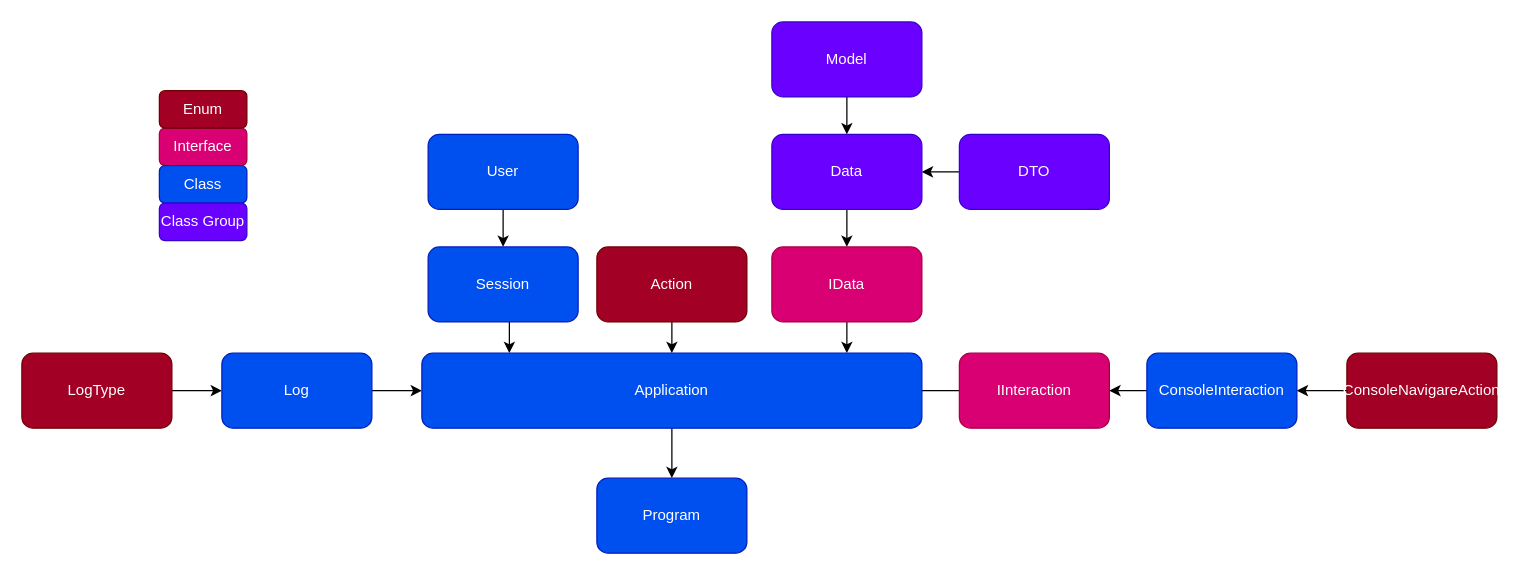
leo99effert/DLP keeps this draw.io diagram as Files.drawio. Above is the earlier version. Source tidied: cells renumbered, new cells numbered last; positions are measured from the earlier drawing's top-left corner, leaving out a move shared by most shapes. Both pictures are drawn from the tidied source at 125%, with x=0, y=0 at pixel (21, 21).
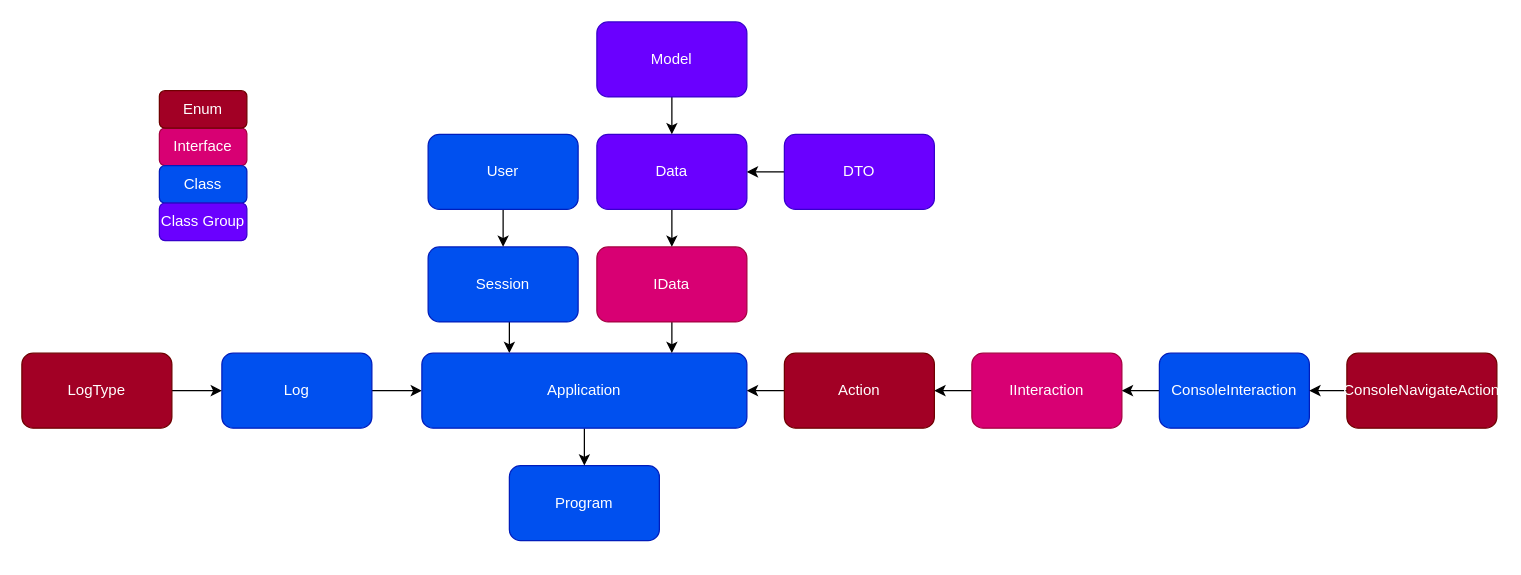
After the change.

What changed in the source:
```diff
@@
     <mxCell id="2" value="Program" style="rounded=1;whiteSpace=wrap;html=1;fillColor=#0050ef;fontColor=#ffffff;strokeColor=#001DBC;" parent="1" vertex="1">
-      <mxGeometry x="460" y="365" width="120" height="60" as="geometry" />
+      <mxGeometry x="390" y="355" width="120" height="60" as="geometry" />
     </mxCell>
@@
-    <mxCell id="7" style="edgeStyle=orthogonalEdgeStyle;rounded=0;jettySize=auto;html=1;entryX=1;entryY=0.5;entryDx=0;entryDy=0;" parent="1" edge="1" source="8" target="10">
-      <mxGeometry relative="1" as="geometry">
-        <Array as="points">
-          <mxPoint x="530" y="295" />
-        </Array>
-      </mxGeometry>
-    </mxCell>
+    <mxCell id="33" style="edgeStyle=orthogonalEdgeStyle;rounded=0;jettySize=auto;html=1;" parent="1" edge="1" source="8" target="23">
+      <mxGeometry relative="1" as="geometry" />
+    </mxCell>
     <mxCell id="8" value="IInteraction" style="rounded=1;whiteSpace=wrap;html=1;fillColor=#d80073;fontColor=#ffffff;strokeColor=#A50040;" parent="1" vertex="1">
-      <mxGeometry x="750" y="265" width="120" height="60" as="geometry" />
+      <mxGeometry x="760" y="265" width="120" height="60" as="geometry" />
     </mxCell>
@@
     <mxCell id="10" value="Application" style="rounded=1;whiteSpace=wrap;html=1;fillColor=#0050ef;fontColor=#ffffff;strokeColor=#001DBC;" parent="1" vertex="1">
-      <mxGeometry x="320" y="265" width="400" height="60" as="geometry" />
+      <mxGeometry x="320" y="265" width="260" height="60" as="geometry" />
     </mxCell>
@@
     <mxCell id="12" value="ConsoleInteraction" style="rounded=1;whiteSpace=wrap;html=1;fillColor=#0050ef;fontColor=#ffffff;strokeColor=#001DBC;" parent="1" vertex="1">
-      <mxGeometry x="900" y="265" width="120" height="60" as="geometry" />
+      <mxGeometry x="910" y="265" width="120" height="60" as="geometry" />
     </mxCell>
@@
-    <mxCell id="21" value="ConsoleNavigareAction" style="rounded=1;whiteSpace=wrap;html=1;fillColor=#a20025;fontColor=#ffffff;strokeColor=#6F0000;" parent="1" vertex="1">
+    <mxCell id="21" value="ConsoleNavigateAction" style="rounded=1;whiteSpace=wrap;html=1;fillColor=#a20025;fontColor=#ffffff;strokeColor=#6F0000;" parent="1" vertex="1">
       <mxGeometry x="1060" y="265" width="120" height="60" as="geometry" />
     </mxCell>
     <mxCell id="22" style="edgeStyle=orthogonalEdgeStyle;rounded=0;jettySize=auto;html=1;" parent="1" edge="1" source="23" target="10">
-      <mxGeometry relative="1" as="geometry">
-        <Array as="points">
-          <mxPoint x="520" y="255" />
-          <mxPoint x="520" y="255" />
-        </Array>
-      </mxGeometry>
+      <mxGeometry relative="1" as="geometry" />
     </mxCell>
     <mxCell id="23" value="Action" style="rounded=1;whiteSpace=wrap;html=1;fillColor=#a20025;fontColor=#ffffff;strokeColor=#6F0000;" parent="1" vertex="1">
-      <mxGeometry x="460" y="180" width="120" height="60" as="geometry" />
+      <mxGeometry x="610" y="265" width="120" height="60" as="geometry" />
     </mxCell>
     <mxCell id="24" style="edgeStyle=orthogonalEdgeStyle;rounded=0;jettySize=auto;html=1;" parent="1" edge="1" source="25" target="10">
       <mxGeometry relative="1" as="geometry">
         <Array as="points">
-          <mxPoint x="690" y="265" />
-          <mxPoint x="690" y="265" />
+          <mxPoint x="520" y="255" />
+          <mxPoint x="520" y="255" />
         </Array>
       </mxGeometry>
     </mxCell>
     <mxCell id="25" value="IData" style="rounded=1;whiteSpace=wrap;html=1;fillColor=#d80073;fontColor=#ffffff;strokeColor=#A50040;" parent="1" vertex="1">
-      <mxGeometry x="600" y="180" width="120" height="60" as="geometry" />
+      <mxGeometry x="460" y="180" width="120" height="60" as="geometry" />
     </mxCell>
@@
     <mxCell id="27" value="Data" style="rounded=1;whiteSpace=wrap;html=1;fillColor=#6a00ff;fontColor=#ffffff;strokeColor=#3700CC;" parent="1" vertex="1">
-      <mxGeometry x="600" y="90" width="120" height="60" as="geometry" />
+      <mxGeometry x="460" y="90" width="120" height="60" as="geometry" />
     </mxCell>
@@
     <mxCell id="30" value="Model" style="rounded=1;whiteSpace=wrap;html=1;fillColor=#6a00ff;fontColor=#ffffff;strokeColor=#3700CC;" parent="1" vertex="1">
-      <mxGeometry x="600" width="120" height="60" as="geometry" />
+      <mxGeometry x="460" width="120" height="60" as="geometry" />
     </mxCell>
@@
     <mxCell id="32" value="DTO" style="rounded=1;whiteSpace=wrap;html=1;fillColor=#6a00ff;fontColor=#ffffff;strokeColor=#3700CC;" parent="1" vertex="1">
-      <mxGeometry x="750" y="90" width="120" height="60" as="geometry" />
+      <mxGeometry x="610" y="90" width="120" height="60" as="geometry" />
     </mxCell>
```
